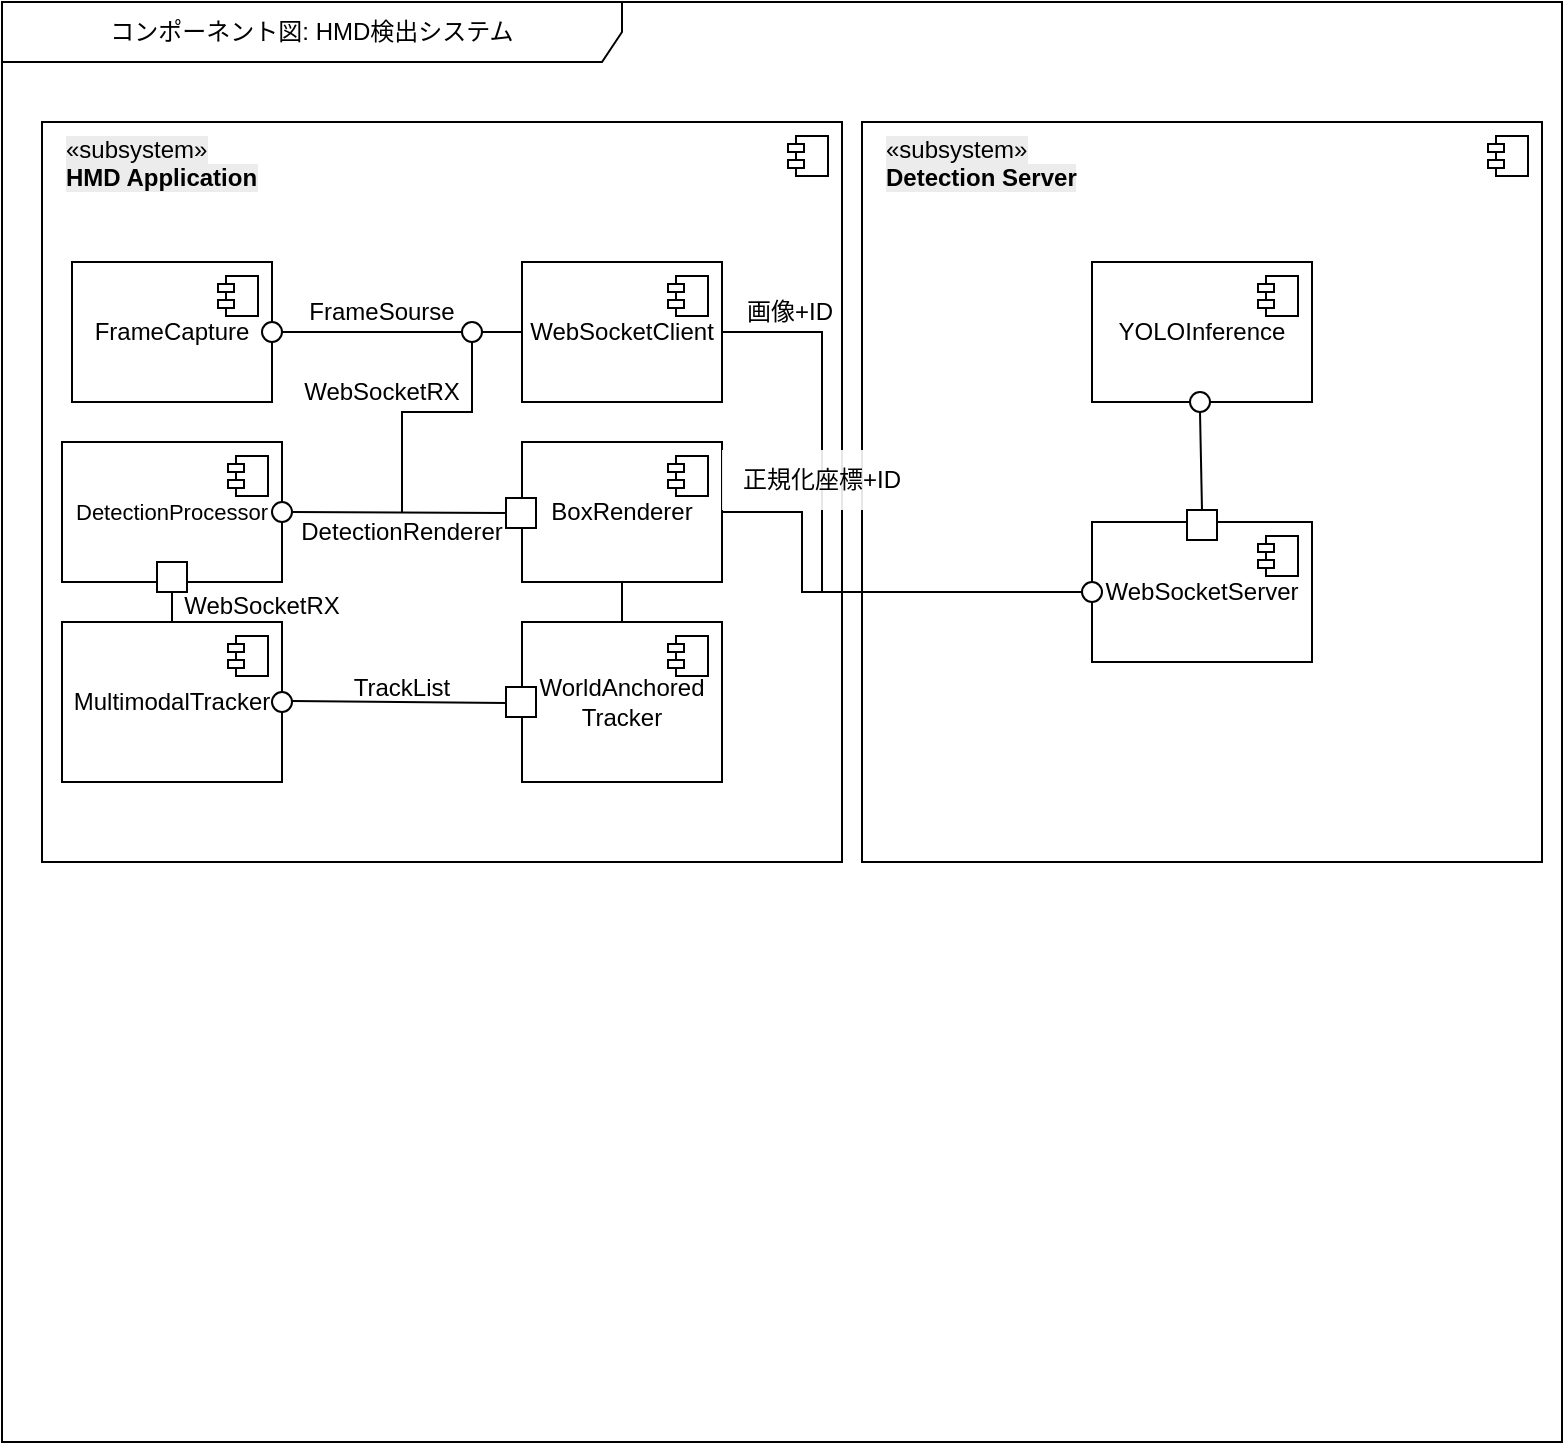
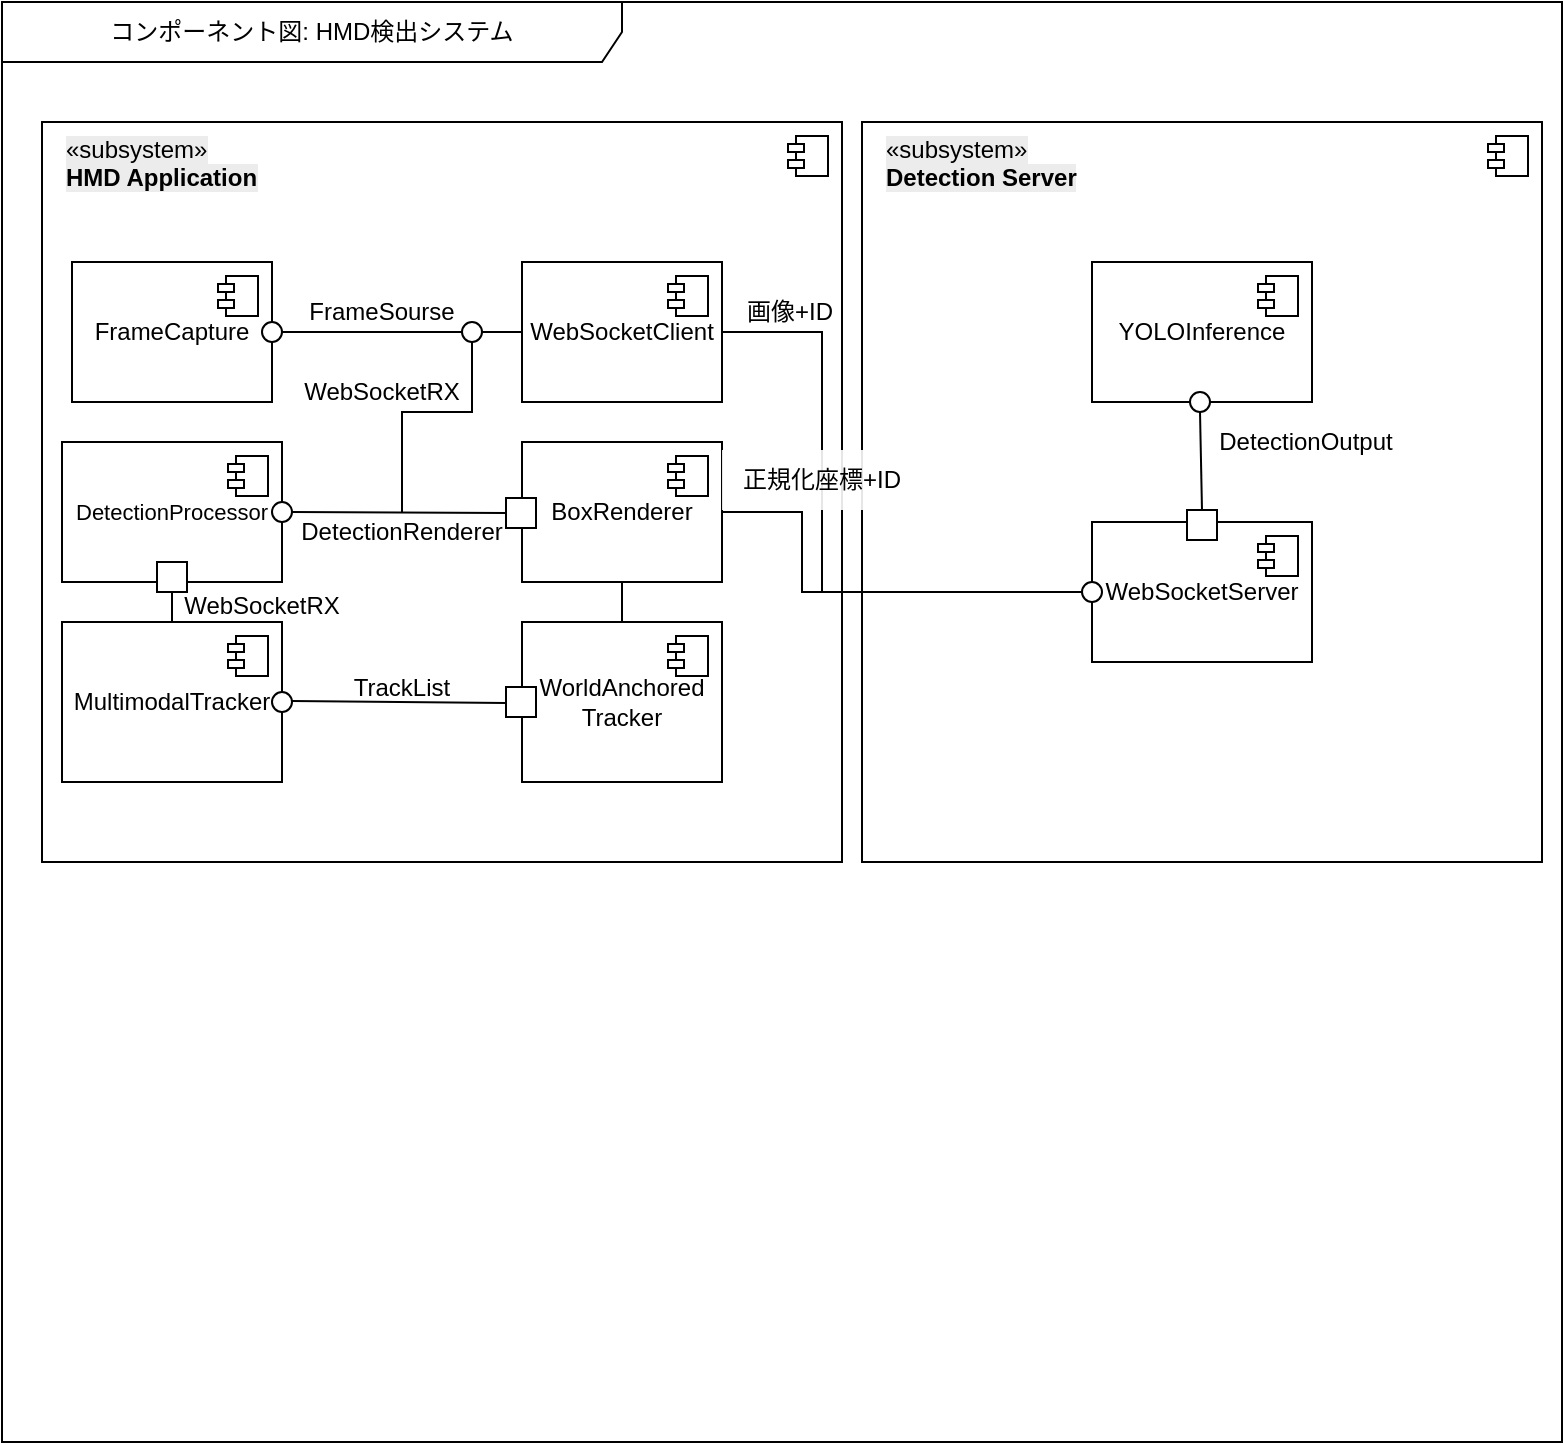
<mxfile host="app.diagrams.net">
  <diagram name="ページ-1" id="DtH6AvwE5zcW3kwFTXOg">
-     <mxGraphModel dx="385" dy="214" grid="1" gridSize="10" guides="1" tooltips="1" connect="1" arrows="1" fold="1" page="1" pageScale="1" pageWidth="827" pageHeight="1169" math="0" shadow="0">
+     <mxGraphModel dx="937" dy="520" grid="1" gridSize="10" guides="1" tooltips="1" connect="1" arrows="1" fold="1" page="1" pageScale="1" pageWidth="827" pageHeight="1169" math="0" shadow="0">
      <root>
        <mxCell id="0" />
        <mxCell id="1" parent="0" />
        <mxCell id="3QeEdlnvxezNMO2gkXxy-1" parent="1" style="shape=umlFrame;whiteSpace=wrap;html=1;pointerEvents=0;width=310;height=30;" value="コンポーネント図: HMD検出システム" vertex="1">
          <mxGeometry height="720" width="780" x="20" y="20" as="geometry" />
        </mxCell>
        <mxCell id="3QeEdlnvxezNMO2gkXxy-2" parent="1" style="html=1;dropTarget=0;whiteSpace=wrap;align=left;" value="" vertex="1">
          <mxGeometry height="370" width="400" x="40" y="80" as="geometry" />
        </mxCell>
        <mxCell id="3QeEdlnvxezNMO2gkXxy-3" parent="3QeEdlnvxezNMO2gkXxy-2" style="shape=module;jettyWidth=8;jettyHeight=4;" value="" vertex="1">
          <mxGeometry height="20" relative="1" width="20" x="1" as="geometry">
            <mxPoint x="-27" y="7" as="offset" />
          </mxGeometry>
        </mxCell>
        <mxCell id="3QeEdlnvxezNMO2gkXxy-4" parent="1" style="text;whiteSpace=wrap;html=1;" value="&lt;span&gt;&lt;span style=&quot;color: rgb(0, 0, 0); font-family: Helvetica; font-size: 12px; font-style: normal; font-variant-ligatures: normal; font-variant-caps: normal; font-weight: 400; letter-spacing: normal; orphans: 2; text-align: left; text-indent: 0px; text-transform: none; widows: 2; word-spacing: 0px; -webkit-text-stroke-width: 0px; white-space: normal; text-decoration-thickness: initial; text-decoration-style: initial; text-decoration-color: initial; float: none; display: inline !important; background-color: rgb(236, 236, 236);&quot;&gt;«subsystem»&lt;/span&gt;&lt;br style=&quot;forced-color-adjust: none; color: rgb(0, 0, 0); font-family: Helvetica; font-size: 12px; font-style: normal; font-variant-ligatures: normal; font-variant-caps: normal; font-weight: 400; letter-spacing: normal; orphans: 2; text-align: left; text-indent: 0px; text-transform: none; widows: 2; word-spacing: 0px; -webkit-text-stroke-width: 0px; white-space: normal; text-decoration-thickness: initial; text-decoration-style: initial; text-decoration-color: initial; background-color: rgb(236, 236, 236);&quot;&gt;&lt;b style=&quot;forced-color-adjust: none; color: rgb(0, 0, 0); font-family: Helvetica; font-size: 12px; font-style: normal; font-variant-ligatures: normal; font-variant-caps: normal; letter-spacing: normal; orphans: 2; text-align: left; text-indent: 0px; text-transform: none; widows: 2; word-spacing: 0px; -webkit-text-stroke-width: 0px; white-space: normal; text-decoration-thickness: initial; text-decoration-style: initial; text-decoration-color: initial; background-color: rgb(236, 236, 236);&quot;&gt;HMD Application&lt;/b&gt;&lt;/span&gt;" vertex="1">
          <mxGeometry height="50" width="130" x="50" y="80" as="geometry" />
        </mxCell>
        <mxCell id="3QeEdlnvxezNMO2gkXxy-5" parent="1" style="html=1;dropTarget=0;whiteSpace=wrap;" value="FrameCapture" vertex="1">
          <mxGeometry height="70" width="100" x="55" y="150" as="geometry" />
        </mxCell>
        <mxCell id="3QeEdlnvxezNMO2gkXxy-6" parent="3QeEdlnvxezNMO2gkXxy-5" style="shape=module;jettyWidth=8;jettyHeight=4;" value="" vertex="1">
          <mxGeometry height="20" relative="1" width="20" x="1" as="geometry">
            <mxPoint x="-27" y="7" as="offset" />
          </mxGeometry>
        </mxCell>
        <mxCell id="3QeEdlnvxezNMO2gkXxy-7" parent="1" style="html=1;dropTarget=0;whiteSpace=wrap;" value="WebSocketClient&lt;span style=&quot;color: rgba(0, 0, 0, 0); font-family: monospace; font-size: 0px; text-align: start; text-wrap-mode: nowrap;&quot;&gt;%3CmxGraphModel%3E%3Croot%3E%3CmxCell%20id%3D%220%22%2F%3E%3CmxCell%20id%3D%221%22%20parent%3D%220%22%2F%3E%3CmxCell%20id%3D%222%22%20parent%3D%221%22%20style%3D%22html%3D1%3BdropTarget%3D0%3BwhiteSpace%3Dwrap%3B%22%20value%3D%22FrameCapture%22%20vertex%3D%221%22%3E%3CmxGeometry%20height%3D%2270%22%20width%3D%22100%22%20x%3D%2250%22%20y%3D%22150%22%20as%3D%22geometry%22%2F%3E%3C%2FmxCell%3E%3CmxCell%20id%3D%223%22%20parent%3D%222%22%20style%3D%22shape%3Dmodule%3BjettyWidth%3D8%3BjettyHeight%3D4%3B%22%20value%3D%22%22%20vertex%3D%221%22%3E%3CmxGeometry%20height%3D%2220%22%20relative%3D%221%22%20width%3D%2220%22%20x%3D%221%22%20as%3D%22geometry%22%3E%3CmxPoint%20x%3D%22-27%22%20y%3D%227%22%20as%3D%22offset%22%2F%3E%3C%2FmxGeometry%3E%3C%2FmxCell%3E%3C%2Froot%3E%3C%2FmxGraphModel%3E&lt;/span&gt;&lt;span style=&quot;color: rgba(0, 0, 0, 0); font-family: monospace; font-size: 0px; text-align: start; text-wrap-mode: nowrap;&quot;&gt;%3CmxGraphModel%3E%3Croot%3E%3CmxCell%20id%3D%220%22%2F%3E%3CmxCell%20id%3D%221%22%20parent%3D%220%22%2F%3E%3CmxCell%20id%3D%222%22%20parent%3D%221%22%20style%3D%22html%3D1%3BdropTarget%3D0%3BwhiteSpace%3Dwrap%3B%22%20value%3D%22FrameCapture%22%20vertex%3D%221%22%3E%3CmxGeometry%20height%3D%2270%22%20width%3D%22100%22%20x%3D%2250%22%20y%3D%22150%22%20as%3D%22geometry%22%2F%3E%3C%2FmxCell%3E%3CmxCell%20id%3D%223%22%20parent%3D%222%22%20style%3D%22shape%3Dmodule%3BjettyWidth%3D8%3BjettyHeight%3D4%3B%22%20value%3D%22%22%20vertex%3D%221%22%3E%3CmxGeometry%20height%3D%2220%22%20relative%3D%221%22%20width%3D%2220%22%20x%3D%221%22%20as%3D%22geometry%22%3E%3CmxPoint%20x%3D%22-27%22%20y%3D%227%22%20as%3D%22offset%22%2F%3E%3C%2FmxGeometry%3E%3C%2FmxCell%3E%3C%2Froot%3E%3C%2FmxGraphModel%3E&lt;/span&gt;" vertex="1">
          <mxGeometry height="70" width="100" x="280" y="150" as="geometry" />
        </mxCell>
        <mxCell id="3QeEdlnvxezNMO2gkXxy-8" parent="3QeEdlnvxezNMO2gkXxy-7" style="shape=module;jettyWidth=8;jettyHeight=4;" value="" vertex="1">
          <mxGeometry height="20" relative="1" width="20" x="1" as="geometry">
            <mxPoint x="-27" y="7" as="offset" />
          </mxGeometry>
        </mxCell>
        <mxCell id="3QeEdlnvxezNMO2gkXxy-9" parent="1" style="html=1;dropTarget=0;whiteSpace=wrap;" value="&lt;font style=&quot;font-size: 11px;&quot;&gt;DetectionProcessor&lt;/font&gt;" vertex="1">
          <mxGeometry height="70" width="110" x="50" y="240" as="geometry" />
        </mxCell>
        <mxCell id="3QeEdlnvxezNMO2gkXxy-10" parent="3QeEdlnvxezNMO2gkXxy-9" style="shape=module;jettyWidth=8;jettyHeight=4;" value="" vertex="1">
          <mxGeometry height="20" relative="1" width="20" x="1" as="geometry">
            <mxPoint x="-27" y="7" as="offset" />
          </mxGeometry>
        </mxCell>
        <mxCell id="3QeEdlnvxezNMO2gkXxy-11" parent="1" style="html=1;dropTarget=0;whiteSpace=wrap;" value="BoxRenderer" vertex="1">
          <mxGeometry height="70" width="100" x="280" y="240" as="geometry" />
        </mxCell>
        <mxCell id="3QeEdlnvxezNMO2gkXxy-12" parent="3QeEdlnvxezNMO2gkXxy-11" style="shape=module;jettyWidth=8;jettyHeight=4;" value="" vertex="1">
          <mxGeometry height="20" relative="1" width="20" x="1" as="geometry">
            <mxPoint x="-27" y="7" as="offset" />
          </mxGeometry>
        </mxCell>
        <mxCell id="3QeEdlnvxezNMO2gkXxy-13" parent="1" style="html=1;dropTarget=0;whiteSpace=wrap;" value="MultimodalTracker" vertex="1">
          <mxGeometry height="80" width="110" x="50" y="330" as="geometry" />
        </mxCell>
        <mxCell id="3QeEdlnvxezNMO2gkXxy-14" parent="3QeEdlnvxezNMO2gkXxy-13" style="shape=module;jettyWidth=8;jettyHeight=4;" value="" vertex="1">
          <mxGeometry height="20" relative="1" width="20" x="1" as="geometry">
            <mxPoint x="-27" y="7" as="offset" />
          </mxGeometry>
        </mxCell>
        <mxCell id="3QeEdlnvxezNMO2gkXxy-15" parent="1" style="html=1;dropTarget=0;whiteSpace=wrap;" value="WorldAnchored&lt;div&gt;Tracker&lt;/div&gt;" vertex="1">
          <mxGeometry height="80" width="100" x="280" y="330" as="geometry" />
        </mxCell>
        <mxCell id="3QeEdlnvxezNMO2gkXxy-16" parent="3QeEdlnvxezNMO2gkXxy-15" style="shape=module;jettyWidth=8;jettyHeight=4;" value="" vertex="1">
          <mxGeometry height="20" relative="1" width="20" x="1" as="geometry">
            <mxPoint x="-27" y="7" as="offset" />
          </mxGeometry>
        </mxCell>
        <mxCell id="3QeEdlnvxezNMO2gkXxy-18" parent="1" style="ellipse;whiteSpace=wrap;html=1;aspect=fixed;" value="" vertex="1">
          <mxGeometry height="10" width="10" x="150" y="180" as="geometry" />
        </mxCell>
        <mxCell id="3QeEdlnvxezNMO2gkXxy-19" edge="1" parent="1" source="3QeEdlnvxezNMO2gkXxy-18" style="endArrow=none;html=1;rounded=0;exitX=1;exitY=0.5;exitDx=0;exitDy=0;entryX=0;entryY=0.5;entryDx=0;entryDy=0;" target="3QeEdlnvxezNMO2gkXxy-7" value="">
          <mxGeometry height="50" relative="1" width="50" as="geometry">
            <mxPoint x="210" y="200.90909090909088" as="sourcePoint" />
            <mxPoint x="210" y="219.09090909090912" as="targetPoint" />
          </mxGeometry>
        </mxCell>
        <mxCell id="3QeEdlnvxezNMO2gkXxy-20" parent="1" style="ellipse;whiteSpace=wrap;html=1;aspect=fixed;" value="" vertex="1">
          <mxGeometry height="10" width="10" x="155" y="270" as="geometry" />
        </mxCell>
        <mxCell id="3QeEdlnvxezNMO2gkXxy-21" parent="1" style="whiteSpace=wrap;html=1;aspect=fixed;" value="" vertex="1">
          <mxGeometry height="15" width="15" x="272" y="268" as="geometry" />
        </mxCell>
        <mxCell id="3QeEdlnvxezNMO2gkXxy-22" edge="1" parent="1" source="3QeEdlnvxezNMO2gkXxy-21" style="endArrow=none;html=1;rounded=0;entryX=1;entryY=0.5;entryDx=0;entryDy=0;exitX=0;exitY=0.5;exitDx=0;exitDy=0;" target="3QeEdlnvxezNMO2gkXxy-20" value="">
          <mxGeometry height="50" relative="1" width="50" as="geometry">
            <Array as="points" />
            <mxPoint x="310" y="330" as="sourcePoint" />
            <mxPoint x="360" y="280" as="targetPoint" />
          </mxGeometry>
        </mxCell>
        <mxCell id="3QeEdlnvxezNMO2gkXxy-23" edge="1" parent="1" style="endArrow=none;html=1;rounded=0;entryX=0.5;entryY=1;entryDx=0;entryDy=0;" value="">
          <mxGeometry height="50" relative="1" width="50" as="geometry">
            <Array as="points">
              <mxPoint x="220" y="255" />
              <mxPoint x="220" y="225" />
              <mxPoint x="255" y="225" />
            </Array>
            <mxPoint x="220" y="275" as="sourcePoint" />
            <mxPoint x="255" y="185" as="targetPoint" />
          </mxGeometry>
        </mxCell>
        <mxCell id="3QeEdlnvxezNMO2gkXxy-17" parent="1" style="ellipse;whiteSpace=wrap;html=1;aspect=fixed;" value="" vertex="1">
          <mxGeometry height="10" width="10" x="250" y="180" as="geometry" />
        </mxCell>
        <mxCell id="3QeEdlnvxezNMO2gkXxy-24" parent="1" style="whiteSpace=wrap;html=1;aspect=fixed;" value="" vertex="1">
          <mxGeometry height="15" width="15" x="97.5" y="300" as="geometry" />
        </mxCell>
        <mxCell id="3QeEdlnvxezNMO2gkXxy-25" parent="1" style="whiteSpace=wrap;html=1;aspect=fixed;" value="" vertex="1">
          <mxGeometry height="15" width="15" x="272" y="362.5" as="geometry" />
        </mxCell>
        <mxCell id="3QeEdlnvxezNMO2gkXxy-26" parent="1" style="ellipse;whiteSpace=wrap;html=1;aspect=fixed;" value="" vertex="1">
          <mxGeometry height="10" width="10" x="155" y="365" as="geometry" />
        </mxCell>
        <mxCell id="3QeEdlnvxezNMO2gkXxy-27" edge="1" parent="1" style="endArrow=none;html=1;rounded=0;entryX=1;entryY=0.5;entryDx=0;entryDy=0;exitX=0;exitY=0.5;exitDx=0;exitDy=0;" value="">
          <mxGeometry height="50" relative="1" width="50" as="geometry">
            <Array as="points" />
            <mxPoint x="272" y="370.5" as="sourcePoint" />
            <mxPoint x="165" y="369.5" as="targetPoint" />
          </mxGeometry>
        </mxCell>
        <mxCell id="3QeEdlnvxezNMO2gkXxy-28" edge="1" parent="1" source="3QeEdlnvxezNMO2gkXxy-13" style="endArrow=none;html=1;rounded=0;entryX=0.5;entryY=1;entryDx=0;entryDy=0;exitX=0.5;exitY=0;exitDx=0;exitDy=0;" target="3QeEdlnvxezNMO2gkXxy-24" value="">
          <mxGeometry height="50" relative="1" width="50" as="geometry">
            <Array as="points" />
            <mxPoint x="277" y="331" as="sourcePoint" />
            <mxPoint x="170" y="330" as="targetPoint" />
          </mxGeometry>
        </mxCell>
        <mxCell id="3QeEdlnvxezNMO2gkXxy-29" edge="1" parent="1" source="3QeEdlnvxezNMO2gkXxy-15" style="endArrow=none;html=1;rounded=0;entryX=0.5;entryY=1;entryDx=0;entryDy=0;exitX=0.5;exitY=0;exitDx=0;exitDy=0;" target="3QeEdlnvxezNMO2gkXxy-11" value="">
          <mxGeometry height="50" relative="1" width="50" as="geometry">
            <Array as="points" />
            <mxPoint x="317" y="321" as="sourcePoint" />
            <mxPoint x="210" y="320" as="targetPoint" />
          </mxGeometry>
        </mxCell>
        <mxCell id="3QeEdlnvxezNMO2gkXxy-30" parent="1" style="text;html=1;whiteSpace=wrap;strokeColor=none;fillColor=none;align=center;verticalAlign=middle;rounded=0;" value="FrameSourse" vertex="1">
          <mxGeometry height="30" width="60" x="180" y="160" as="geometry" />
        </mxCell>
        <mxCell id="3QeEdlnvxezNMO2gkXxy-31" parent="1" style="text;html=1;whiteSpace=wrap;strokeColor=none;fillColor=none;align=center;verticalAlign=middle;rounded=0;" value="WebSocketRX" vertex="1">
          <mxGeometry height="30" width="60" x="180" y="200" as="geometry" />
        </mxCell>
        <mxCell id="3QeEdlnvxezNMO2gkXxy-34" parent="1" style="text;html=1;whiteSpace=wrap;strokeColor=none;fillColor=none;align=center;verticalAlign=middle;rounded=0;" value="DetectionRenderer" vertex="1">
          <mxGeometry height="30" width="60" x="190" y="270" as="geometry" />
        </mxCell>
        <mxCell id="3QeEdlnvxezNMO2gkXxy-35" parent="1" style="text;html=1;whiteSpace=wrap;strokeColor=none;fillColor=none;align=center;verticalAlign=middle;rounded=0;" value="WebSocketRX" vertex="1">
          <mxGeometry height="30" width="60" x="120" y="307" as="geometry" />
        </mxCell>
        <mxCell id="3QeEdlnvxezNMO2gkXxy-36" parent="1" style="text;html=1;whiteSpace=wrap;strokeColor=none;fillColor=none;align=center;verticalAlign=middle;rounded=0;" value="TrackList" vertex="1">
          <mxGeometry height="30" width="60" x="190" y="347.5" as="geometry" />
        </mxCell>
        <mxCell id="3QeEdlnvxezNMO2gkXxy-37" parent="1" style="html=1;dropTarget=0;whiteSpace=wrap;align=left;" value="&lt;mxGraphModel&gt;&lt;root&gt;&lt;mxCell id=&quot;0&quot;/&gt;&lt;mxCell id=&quot;1&quot; parent=&quot;0&quot;/&gt;&lt;mxCell id=&quot;2&quot; parent=&quot;1&quot; style=&quot;html=1;dropTarget=0;whiteSpace=wrap;&quot; value=&quot;WebSocketClient&amp;lt;span style=&amp;quot;color: rgba(0, 0, 0, 0); font-family: monospace; font-size: 0px; text-align: start; text-wrap-mode: nowrap;&amp;quot;&amp;gt;%3CmxGraphModel%3E%3Croot%3E%3CmxCell%20id%3D%220%22%2F%3E%3CmxCell%20id%3D%221%22%20parent%3D%220%22%2F%3E%3CmxCell%20id%3D%222%22%20parent%3D%221%22%20style%3D%22html%3D1%3BdropTarget%3D0%3BwhiteSpace%3Dwrap%3B%22%20value%3D%22FrameCapture%22%20vertex%3D%221%22%3E%3CmxGeometry%20height%3D%2270%22%20width%3D%22100%22%20x%3D%2250%22%20y%3D%22150%22%20as%3D%22geometry%22%2F%3E%3C%2FmxCell%3E%3CmxCell%20id%3D%223%22%20parent%3D%222%22%20style%3D%22shape%3Dmodule%3BjettyWidth%3D8%3BjettyHeight%3D4%3B%22%20value%3D%22%22%20vertex%3D%221%22%3E%3CmxGeometry%20height%3D%2220%22%20relative%3D%221%22%20width%3D%2220%22%20x%3D%221%22%20as%3D%22geometry%22%3E%3CmxPoint%20x%3D%22-27%22%20y%3D%227%22%20as%3D%22offset%22%2F%3E%3C%2FmxGeometry%3E%3C%2FmxCell%3E%3C%2Froot%3E%3C%2FmxGraphModel%3E&amp;lt;/span&amp;gt;&amp;lt;span style=&amp;quot;color: rgba(0, 0, 0, 0); font-family: monospace; font-size: 0px; text-align: start; text-wrap-mode: nowrap;&amp;quot;&amp;gt;%3CmxGraphModel%3E%3Croot%3E%3CmxCell%20id%3D%220%22%2F%3E%3CmxCell%20id%3D%221%22%20parent%3D%220%22%2F%3E%3CmxCell%20id%3D%222%22%20parent%3D%221%22%20style%3D%22html%3D1%3BdropTarget%3D0%3BwhiteSpace%3Dwrap%3B%22%20value%3D%22FrameCapture%22%20vertex%3D%221%22%3E%3CmxGeometry%20height%3D%2270%22%20width%3D%22100%22%20x%3D%2250%22%20y%3D%22150%22%20as%3D%22geometry%22%2F%3E%3C%2FmxCell%3E%3CmxCell%20id%3D%223%22%20parent%3D%222%22%20style%3D%22shape%3Dmodule%3BjettyWidth%3D8%3BjettyHeight%3D4%3B%22%20value%3D%22%22%20vertex%3D%221%22%3E%3CmxGeometry%20height%3D%2220%22%20relative%3D%221%22%20width%3D%2220%22%20x%3D%221%22%20as%3D%22geometry%22%3E%3CmxPoint%20x%3D%22-27%22%20y%3D%227%22%20as%3D%22offset%22%2F%3E%3C%2FmxGeometry%3E%3C%2FmxCell%3E%3C%2Froot%3E%3C%2FmxGraphModel%3E" vertex="1">
          <mxGeometry height="370" width="340" x="450" y="80" as="geometry" />
        </mxCell>
        <mxCell id="3QeEdlnvxezNMO2gkXxy-38" parent="3QeEdlnvxezNMO2gkXxy-37" style="shape=module;jettyWidth=8;jettyHeight=4;" value="" vertex="1">
          <mxGeometry height="20" relative="1" width="20" x="1" as="geometry">
            <mxPoint x="-27" y="7" as="offset" />
          </mxGeometry>
        </mxCell>
        <mxCell id="3QeEdlnvxezNMO2gkXxy-39" parent="1" style="text;whiteSpace=wrap;html=1;" value="&lt;span&gt;&lt;span style=&quot;color: rgb(0, 0, 0); font-family: Helvetica; font-size: 12px; font-style: normal; font-variant-ligatures: normal; font-variant-caps: normal; font-weight: 400; letter-spacing: normal; orphans: 2; text-align: left; text-indent: 0px; text-transform: none; widows: 2; word-spacing: 0px; -webkit-text-stroke-width: 0px; white-space: normal; text-decoration-thickness: initial; text-decoration-style: initial; text-decoration-color: initial; float: none; background-color: rgb(236, 236, 236); display: inline !important;&quot;&gt;«subsystem»&lt;/span&gt;&lt;br style=&quot;forced-color-adjust: none; color: rgb(0, 0, 0); font-family: Helvetica; font-size: 12px; font-style: normal; font-variant-ligatures: normal; font-variant-caps: normal; font-weight: 400; letter-spacing: normal; orphans: 2; text-align: left; text-indent: 0px; text-transform: none; widows: 2; word-spacing: 0px; -webkit-text-stroke-width: 0px; white-space: normal; text-decoration-thickness: initial; text-decoration-style: initial; text-decoration-color: initial; background-color: rgb(236, 236, 236);&quot;&gt;&lt;b style=&quot;forced-color-adjust: none; color: rgb(0, 0, 0); font-family: Helvetica; font-size: 12px; font-style: normal; font-variant-ligatures: normal; font-variant-caps: normal; letter-spacing: normal; orphans: 2; text-align: left; text-indent: 0px; text-transform: none; widows: 2; word-spacing: 0px; -webkit-text-stroke-width: 0px; white-space: normal; text-decoration-thickness: initial; text-decoration-style: initial; text-decoration-color: initial; background-color: rgb(236, 236, 236);&quot;&gt;Detection Server&lt;/b&gt;&lt;/span&gt;" vertex="1">
          <mxGeometry height="50" width="130" x="460" y="80" as="geometry" />
        </mxCell>
        <mxCell id="3QeEdlnvxezNMO2gkXxy-41" parent="1" style="html=1;dropTarget=0;whiteSpace=wrap;" value="YOLOInference" vertex="1">
          <mxGeometry height="70" width="110" x="565" y="150" as="geometry" />
        </mxCell>
        <mxCell id="3QeEdlnvxezNMO2gkXxy-42" parent="3QeEdlnvxezNMO2gkXxy-41" style="shape=module;jettyWidth=8;jettyHeight=4;" value="" vertex="1">
          <mxGeometry height="20" relative="1" width="20" x="1" as="geometry">
            <mxPoint x="-27" y="7" as="offset" />
          </mxGeometry>
        </mxCell>
        <mxCell id="3QeEdlnvxezNMO2gkXxy-43" parent="1" style="html=1;dropTarget=0;whiteSpace=wrap;" value="WebSocketServer" vertex="1">
          <mxGeometry height="70" width="110" x="565" y="280" as="geometry" />
        </mxCell>
        <mxCell id="3QeEdlnvxezNMO2gkXxy-44" parent="3QeEdlnvxezNMO2gkXxy-43" style="shape=module;jettyWidth=8;jettyHeight=4;" value="" vertex="1">
          <mxGeometry height="20" relative="1" width="20" x="1" as="geometry">
            <mxPoint x="-27" y="7" as="offset" />
          </mxGeometry>
        </mxCell>
        <mxCell id="3QeEdlnvxezNMO2gkXxy-45" parent="1" style="ellipse;whiteSpace=wrap;html=1;aspect=fixed;" value="" vertex="1">
          <mxGeometry height="10" width="10" x="614" y="215" as="geometry" />
        </mxCell>
        <mxCell id="3QeEdlnvxezNMO2gkXxy-46" parent="1" style="ellipse;whiteSpace=wrap;html=1;aspect=fixed;" value="" vertex="1">
          <mxGeometry height="10" width="10" x="560" y="310" as="geometry" />
        </mxCell>
        <mxCell id="3QeEdlnvxezNMO2gkXxy-47" parent="1" style="whiteSpace=wrap;html=1;aspect=fixed;" value="" vertex="1">
          <mxGeometry height="15" width="15" x="612.5" y="274" as="geometry" />
        </mxCell>
        <mxCell id="3QeEdlnvxezNMO2gkXxy-48" edge="1" parent="1" source="3QeEdlnvxezNMO2gkXxy-47" style="endArrow=none;html=1;rounded=0;entryX=0.5;entryY=1;entryDx=0;entryDy=0;exitX=0.5;exitY=0;exitDx=0;exitDy=0;" target="3QeEdlnvxezNMO2gkXxy-45" value="">
          <mxGeometry height="50" relative="1" width="50" as="geometry">
            <mxPoint x="430" y="270" as="sourcePoint" />
            <mxPoint x="480" y="220" as="targetPoint" />
          </mxGeometry>
        </mxCell>
        <mxCell id="3QeEdlnvxezNMO2gkXxy-50" edge="1" parent="1" source="3QeEdlnvxezNMO2gkXxy-46" style="endArrow=none;html=1;rounded=0;entryX=1;entryY=0.5;entryDx=0;entryDy=0;exitX=0;exitY=0.5;exitDx=0;exitDy=0;" target="3QeEdlnvxezNMO2gkXxy-7" value="">
          <mxGeometry height="50" relative="1" width="50" as="geometry">
            <Array as="points">
              <mxPoint x="430" y="315" />
              <mxPoint x="430" y="185" />
            </Array>
            <mxPoint x="430" y="270" as="sourcePoint" />
            <mxPoint x="480" y="220" as="targetPoint" />
          </mxGeometry>
        </mxCell>
        <mxCell id="3QeEdlnvxezNMO2gkXxy-51" edge="1" parent="1" source="3QeEdlnvxezNMO2gkXxy-11" style="endArrow=none;html=1;rounded=0;exitX=1;exitY=0.5;exitDx=0;exitDy=0;entryX=0;entryY=0.5;entryDx=0;entryDy=0;" target="3QeEdlnvxezNMO2gkXxy-46" value="">
          <mxGeometry height="50" relative="1" width="50" as="geometry">
            <Array as="points">
              <mxPoint x="420" y="275" />
              <mxPoint x="420" y="315" />
            </Array>
            <mxPoint x="430" y="270" as="sourcePoint" />
            <mxPoint x="480" y="220" as="targetPoint" />
          </mxGeometry>
        </mxCell>
        <mxCell id="3QeEdlnvxezNMO2gkXxy-52" parent="1" style="text;html=1;whiteSpace=wrap;strokeColor=none;fillColor=none;align=center;verticalAlign=middle;rounded=0;" value="画像+ID" vertex="1">
          <mxGeometry height="30" width="60" x="384" y="160" as="geometry" />
        </mxCell>
        <mxCell id="3QeEdlnvxezNMO2gkXxy-53" parent="1" style="text;html=1;whiteSpace=wrap;strokeColor=none;fillColor=default;align=center;verticalAlign=middle;rounded=0;opacity=90;" value="正規化座標+ID" vertex="1">
          <mxGeometry height="30" width="100" x="380" y="244" as="geometry" />
        </mxCell>
+         <mxCell id="3QeEdlnvxezNMO2gkXxy-54" parent="1" style="text;html=1;whiteSpace=wrap;strokeColor=none;fillColor=none;align=center;verticalAlign=middle;rounded=0;" value="DetectionOutput" vertex="1">
+           <mxGeometry height="30" width="96" x="624" y="225" as="geometry" />
+         </mxCell>
      </root>
    </mxGraphModel>
  </diagram>
</mxfile>
